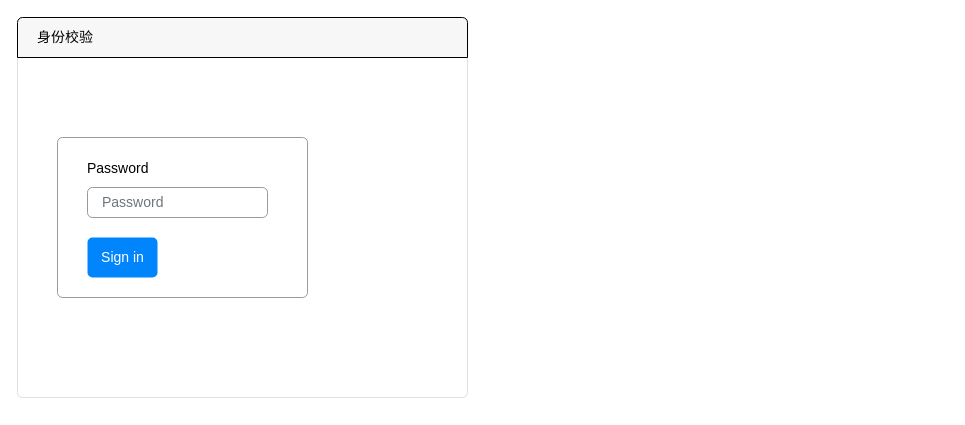
waterwatermelon/graph keeps this draw.io diagram as fttr.drawio. Above is the earlier version. Source tidied: cells renumbered, new cells numbered last; positions are measured from the earlier drawing's top-left corner, leaving out a move shared by most shapes. Both pictures are drawn from the tidied source at 100%, with x=0, y=0 at pixel (17, 17).
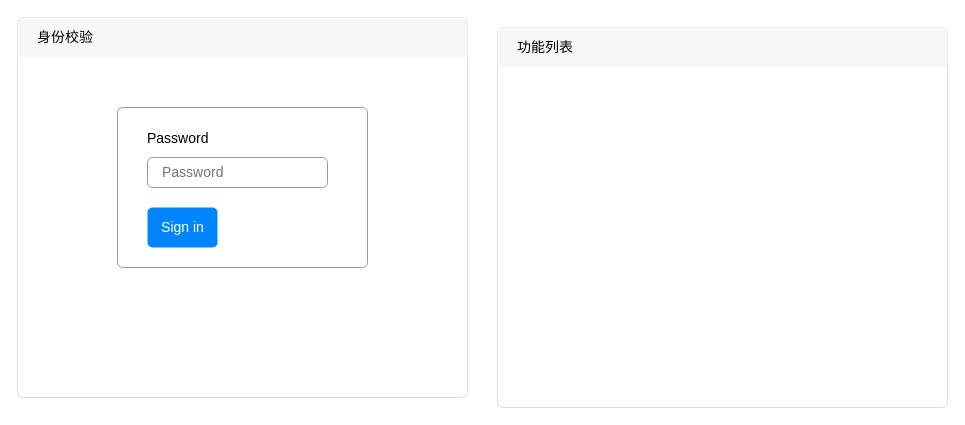
The same diagram, later.

Change to the diagram source:
```diff
@@
 <mxGraphModel>
   <root>
     <mxCell id="0" />
     <mxCell id="1" parent="0" />
+    <mxCell id="8" style="group;" parent="1" vertex="1">
+      <mxGeometry width="450" height="380" as="geometry" />
+    </mxCell>
-    <mxCell id="2" style="html=1;shadow=0;dashed=0;shape=mxgraph.bootstrap.rrect;rSize=5;strokeColor=#DFDFDF;html=1;whiteSpace=wrap;fillColor=#FFFFFF;fontColor=#000000;" parent="1" vertex="1">
+    <mxCell id="2" style="html=1;shadow=0;dashed=0;shape=mxgraph.bootstrap.rrect;rSize=5;strokeColor=#DFDFDF;html=1;whiteSpace=wrap;fillColor=#FFFFFF;fontColor=#000000;" parent="8" vertex="1">
       <mxGeometry width="450" height="380" as="geometry" />
     </mxCell>
-    <mxCell id="3" value="身份校验" style="html=1;shadow=0;dashed=0;shape=mxgraph.bootstrap.topButton;strokeColor=inherit;fillColor=#F7F7F7;rSize=5;perimeter=none;whiteSpace=wrap;align=left;spacing=20;fontSize=14;" parent="1" vertex="1">
+    <mxCell id="3" value="身份校验" style="html=1;shadow=0;dashed=0;shape=mxgraph.bootstrap.topButton;strokeColor=inherit;fillColor=#F7F7F7;rSize=5;perimeter=none;whiteSpace=wrap;align=left;spacing=20;fontSize=14;" parent="8" vertex="1">
       <mxGeometry width="450" height="40" as="geometry" />
     </mxCell>
-    <mxCell id="4" style="html=1;shadow=0;dashed=0;shape=mxgraph.bootstrap.rrect;rSize=5;fillColor=#ffffff;strokeColor=#999999;" parent="1" vertex="1">
-      <mxGeometry x="40" y="120" width="250" height="160" as="geometry" />
+    <mxCell id="4" style="html=1;shadow=0;dashed=0;shape=mxgraph.bootstrap.rrect;rSize=5;fillColor=#ffffff;strokeColor=#999999;" parent="8" vertex="1">
+      <mxGeometry x="100" y="90" width="250" height="160" as="geometry" />
     </mxCell>
     <mxCell id="5" value="Password" style="fillColor=none;strokeColor=none;align=left;spacing=20;fontSize=14;" parent="4" vertex="1">
       <mxGeometry width="220" height="40" relative="1" as="geometry">
         <mxPoint x="10" y="10" as="offset" />
       </mxGeometry>
     </mxCell>
     <mxCell id="6" value="Password" style="html=1;shadow=0;dashed=0;shape=mxgraph.bootstrap.rrect;rSize=5;fillColor=none;strokeColor=#999999;align=left;spacing=15;fontSize=14;fontColor=#6C767D;" parent="4" vertex="1">
       <mxGeometry width="180" height="30" relative="1" as="geometry">
         <mxPoint x="30" y="50" as="offset" />
       </mxGeometry>
     </mxCell>
     <mxCell id="7" value="Sign in" style="html=1;shadow=0;dashed=0;shape=mxgraph.bootstrap.rrect;rSize=5;fillColor=#0085FC;strokeColor=none;align=center;fontSize=14;fontColor=#FFFFFF;" parent="4" vertex="1">
       <mxGeometry width="70" height="40" relative="1" as="geometry">
         <mxPoint x="30" y="100" as="offset" />
       </mxGeometry>
     </mxCell>
+    <mxCell id="9" style="group;" parent="1" vertex="1">
+      <mxGeometry x="480" y="10" width="450" height="380" as="geometry" />
+    </mxCell>
+    <mxCell id="10" style="html=1;shadow=0;dashed=0;shape=mxgraph.bootstrap.rrect;rSize=5;strokeColor=#DFDFDF;html=1;whiteSpace=wrap;fillColor=#FFFFFF;fontColor=#000000;" parent="9" vertex="1">
+      <mxGeometry width="450" height="380" as="geometry" />
+    </mxCell>
+    <mxCell id="11" value="功能列表" style="html=1;shadow=0;dashed=0;shape=mxgraph.bootstrap.topButton;strokeColor=inherit;fillColor=#F7F7F7;rSize=5;perimeter=none;whiteSpace=wrap;align=left;spacing=20;fontSize=14;" parent="9" vertex="1">
+      <mxGeometry width="450" height="40" as="geometry" />
+    </mxCell>
   </root>
 </mxGraphModel>
```
